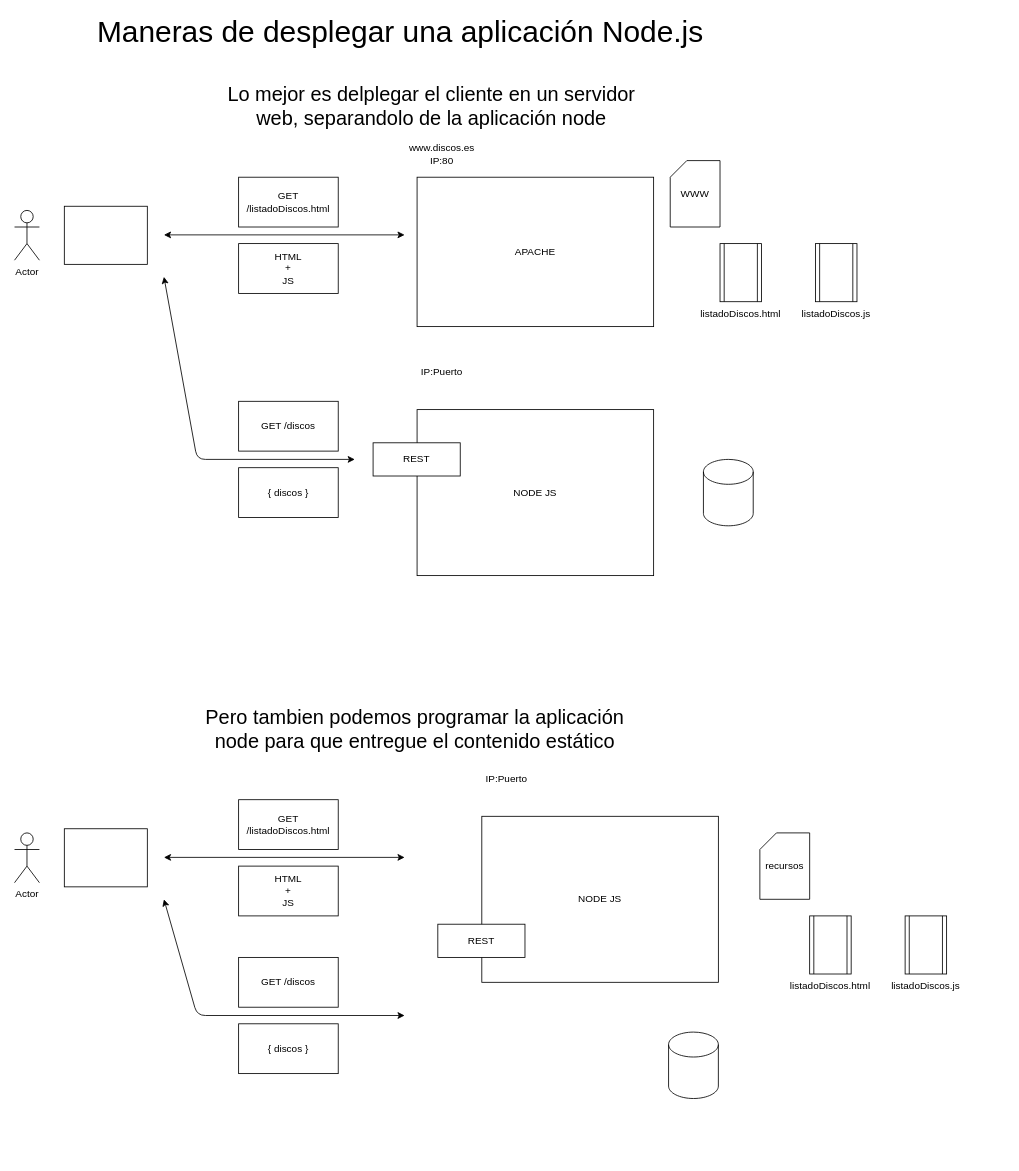
Before: page "Página-23" (23 of 23) of dibujos.drawio in lrag/MEAN_2021_2, a draw.io diagram. Source tidied: cells renumbered, new cells numbered last; positions are measured from the earlier drawing's top-left corner, leaving out a move shared by most shapes. Both pictures are drawn from the tidied source at 83%, with x=0, y=0 at pixel (14, 19).
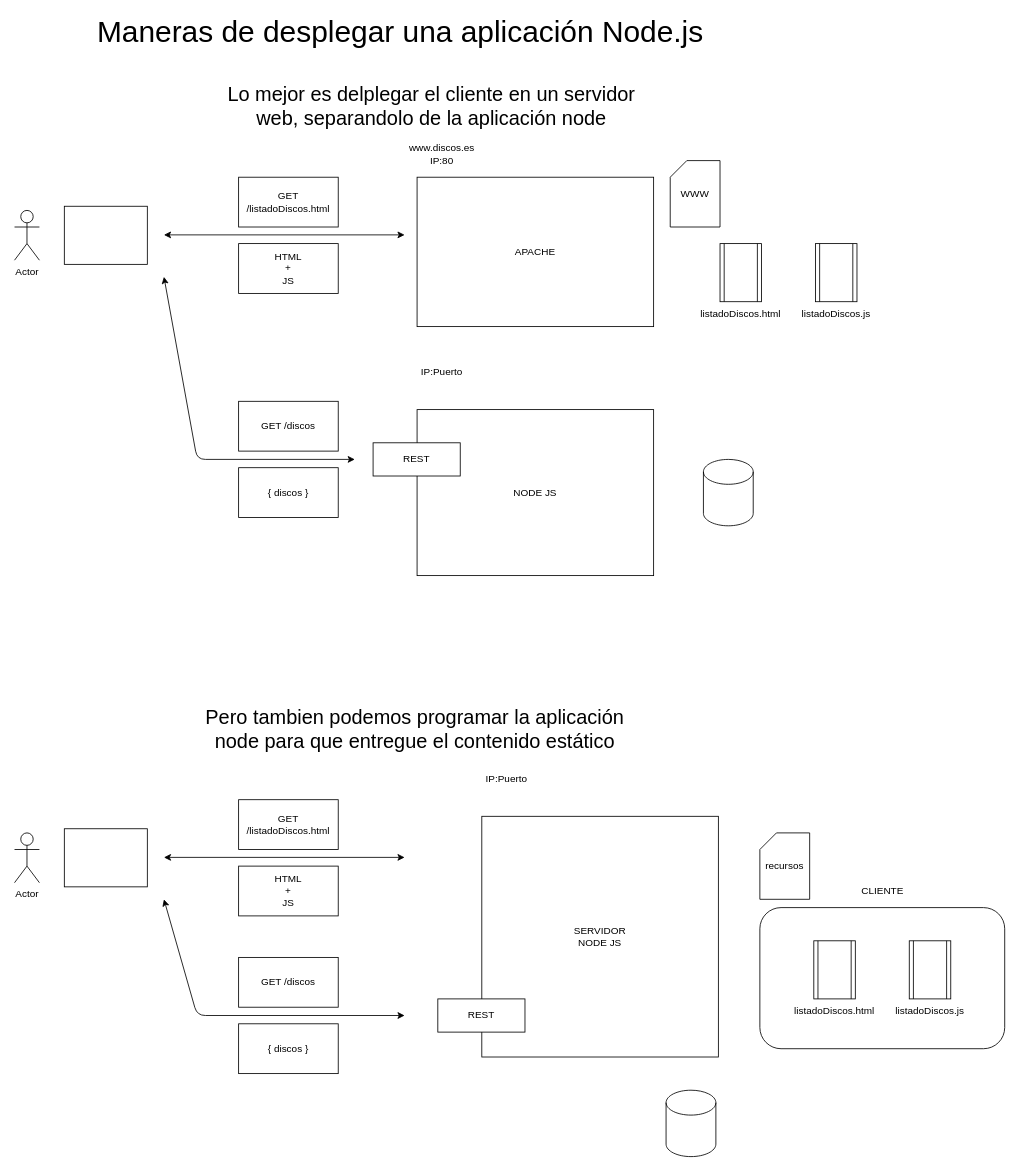
After the change.

Change to the diagram source:
```diff
@@
+    <mxCell id="41" style="rounded=1;whiteSpace=wrap;html=1;fillColor=none;" parent="1" vertex="1">
+      <mxGeometry x="898" y="1070" width="295" height="170" as="geometry" />
+    </mxCell>
@@
-    <mxCell id="22" value="NODE JS" style="rounded=0;whiteSpace=wrap;html=1;" parent="1" vertex="1">
-      <mxGeometry x="563" y="960" width="285" height="200" as="geometry" />
+    <mxCell id="22" value="SERVIDOR&lt;br&gt;NODE JS" style="rounded=0;whiteSpace=wrap;html=1;" parent="1" vertex="1">
+      <mxGeometry x="563" y="960" width="285" height="290" as="geometry" />
     </mxCell>
@@
     <mxCell id="24" value="REST" style="rounded=0;whiteSpace=wrap;html=1;" parent="1" vertex="1">
-      <mxGeometry x="510" y="1090" width="105" height="40" as="geometry" />
+      <mxGeometry x="510" y="1180" width="105" height="40" as="geometry" />
     </mxCell>
@@
     <mxCell id="27" style="shape=process;whiteSpace=wrap;html=1;backgroundOutline=1;" parent="1" vertex="1">
-      <mxGeometry x="958" y="1080" width="50" height="70" as="geometry" />
+      <mxGeometry x="963" y="1110" width="50" height="70" as="geometry" />
     </mxCell>
     <mxCell id="28" value="listadoDiscos.html" style="text;html=1;strokeColor=none;fillColor=none;align=center;verticalAlign=middle;whiteSpace=wrap;rounded=0;" parent="1" vertex="1">
-      <mxGeometry x="953" y="1150" width="60" height="30" as="geometry" />
+      <mxGeometry x="958" y="1180" width="60" height="30" as="geometry" />
     </mxCell>
     <mxCell id="29" style="shape=process;whiteSpace=wrap;html=1;backgroundOutline=1;" parent="1" vertex="1">
-      <mxGeometry x="1073" y="1080" width="50" height="70" as="geometry" />
+      <mxGeometry x="1078" y="1110" width="50" height="70" as="geometry" />
     </mxCell>
     <mxCell id="30" value="listadoDiscos.js" style="text;html=1;strokeColor=none;fillColor=none;align=center;verticalAlign=middle;whiteSpace=wrap;rounded=0;" parent="1" vertex="1">
-      <mxGeometry x="1068" y="1150" width="60" height="30" as="geometry" />
+      <mxGeometry x="1073" y="1180" width="60" height="30" as="geometry" />
     </mxCell>
@@
     <mxCell id="38" style="shape=cylinder3;whiteSpace=wrap;html=1;boundedLbl=1;backgroundOutline=1;size=15;" parent="1" vertex="1">
-      <mxGeometry x="788" y="1220" width="60" height="80" as="geometry" />
+      <mxGeometry x="785" y="1290" width="60" height="80" as="geometry" />
     </mxCell>
@@
+    <mxCell id="42" value="CLIENTE" style="text;html=1;strokeColor=none;fillColor=none;align=center;verticalAlign=middle;whiteSpace=wrap;rounded=0;" parent="1" vertex="1">
+      <mxGeometry x="1016" y="1035" width="60" height="30" as="geometry" />
+    </mxCell>
```
